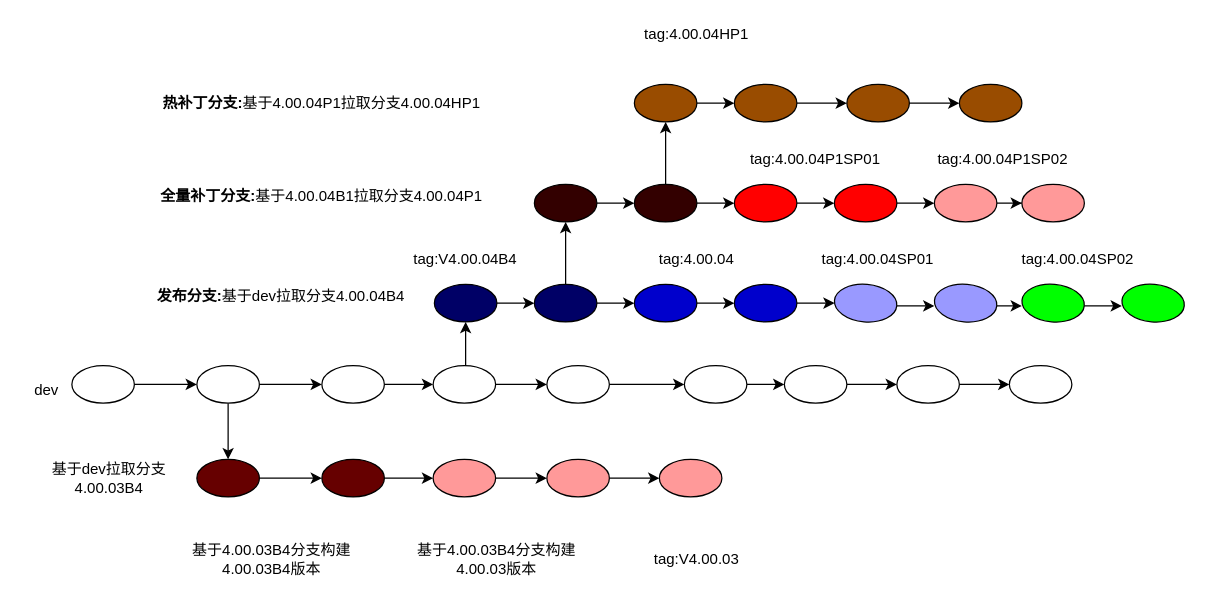
Before: branch.drawio in xiaoyuanwu123/learnGit, a draw.io diagram. Source tidied: cells renumbered, new cells numbered last; positions are measured from the earlier drawing's top-left corner, leaving out a move shared by most shapes. Both pictures are drawn from the tidied source at 125%, with x=0, y=0 at pixel (21, 21).
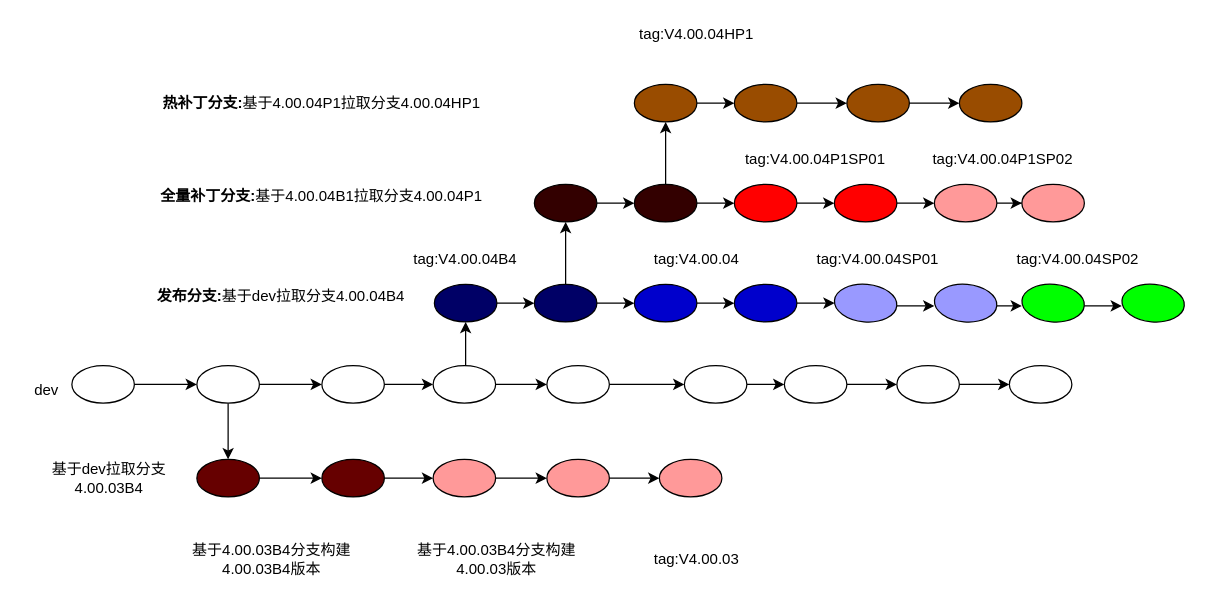
The same diagram, later.

Diff of the diagram source:
```diff
@@
-    <mxCell id="66" value="tag:4.00.04" style="text;html=1;strokeColor=none;fillColor=none;align=center;verticalAlign=middle;whiteSpace=wrap;rounded=0;" parent="1" vertex="1">
+    <mxCell id="66" value="tag:V4.00.04" style="text;html=1;strokeColor=none;fillColor=none;align=center;verticalAlign=middle;whiteSpace=wrap;rounded=0;" parent="1" vertex="1">
       <mxGeometry x="480" y="180" width="120" height="20" as="geometry" />
     </mxCell>
-    <mxCell id="67" value="tag:4.00.04SP01" style="text;html=1;strokeColor=none;fillColor=none;align=center;verticalAlign=middle;whiteSpace=wrap;rounded=0;" parent="1" vertex="1">
+    <mxCell id="67" value="tag:V4.00.04SP01" style="text;html=1;strokeColor=none;fillColor=none;align=center;verticalAlign=middle;whiteSpace=wrap;rounded=0;" parent="1" vertex="1">
       <mxGeometry x="630" y="180" width="110" height="20" as="geometry" />
     </mxCell>
-    <mxCell id="68" value="tag:4.00.04P1SP01" style="text;html=1;strokeColor=none;fillColor=none;align=center;verticalAlign=middle;whiteSpace=wrap;rounded=0;" parent="1" vertex="1">
+    <mxCell id="68" value="tag:V4.00.04P1SP01" style="text;html=1;strokeColor=none;fillColor=none;align=center;verticalAlign=middle;whiteSpace=wrap;rounded=0;" parent="1" vertex="1">
       <mxGeometry x="580" y="100" width="110" height="20" as="geometry" />
     </mxCell>
-    <mxCell id="69" value="tag:4.00.04P1SP02" style="text;html=1;strokeColor=none;fillColor=none;align=center;verticalAlign=middle;whiteSpace=wrap;rounded=0;" parent="1" vertex="1">
+    <mxCell id="69" value="tag:V4.00.04P1SP02" style="text;html=1;strokeColor=none;fillColor=none;align=center;verticalAlign=middle;whiteSpace=wrap;rounded=0;" parent="1" vertex="1">
       <mxGeometry x="720" y="100" width="130" height="20" as="geometry" />
     </mxCell>
@@
-    <mxCell id="72" value="tag:4.00.04HP1" style="text;html=1;strokeColor=none;fillColor=none;align=center;verticalAlign=middle;whiteSpace=wrap;rounded=0;" parent="1" vertex="1">
+    <mxCell id="72" value="tag:V4.00.04HP1" style="text;html=1;strokeColor=none;fillColor=none;align=center;verticalAlign=middle;whiteSpace=wrap;rounded=0;" parent="1" vertex="1">
       <mxGeometry x="485" width="110" height="20" as="geometry" />
     </mxCell>
@@
-    <mxCell id="79" value="tag:4.00.04SP02" style="text;html=1;strokeColor=none;fillColor=none;align=center;verticalAlign=middle;whiteSpace=wrap;rounded=0;" parent="1" vertex="1">
+    <mxCell id="79" value="tag:V4.00.04SP02" style="text;html=1;strokeColor=none;fillColor=none;align=center;verticalAlign=middle;whiteSpace=wrap;rounded=0;" parent="1" vertex="1">
       <mxGeometry x="790" y="180" width="110" height="20" as="geometry" />
     </mxCell>
```
